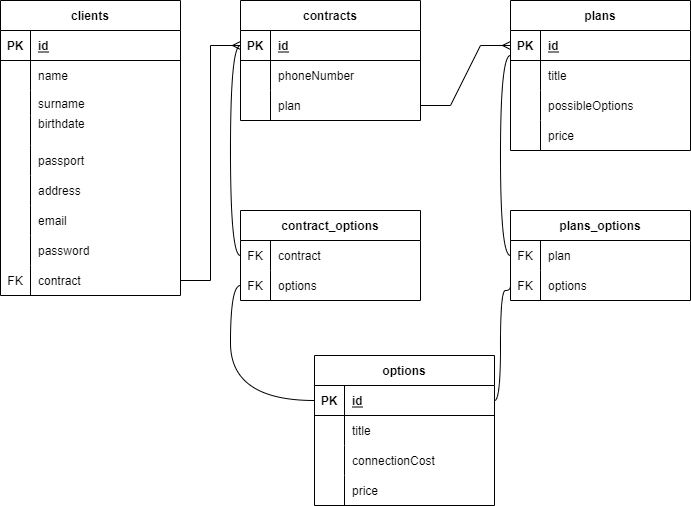
Before: Database.png, a diagram exported from draw.io (GaynelleFlores/JavaSchool-eCare). Source tidied: cells renumbered, new cells last; positions are measured from the earlier drawing's top-left corner, leaving out a move shared by most shapes.
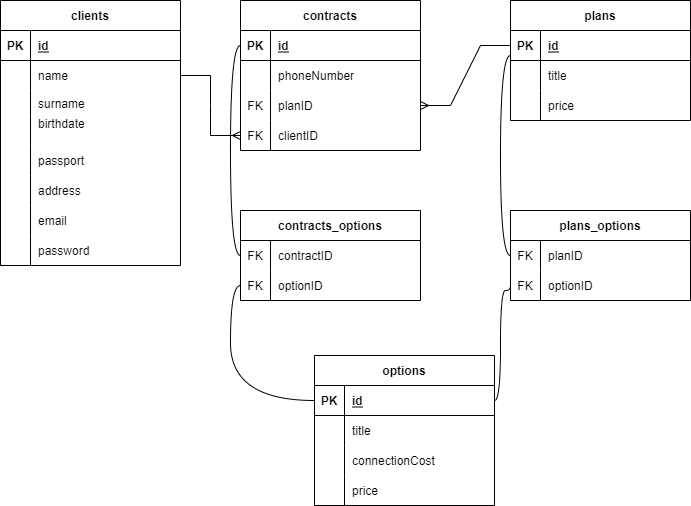
After the commit.

What changed in the source:
```diff
@@ -3,7 +3,7 @@
     <mxCell id="0" />
     <mxCell id="1" parent="0" />
     <mxCell id="2" value="clients" style="shape=table;startSize=30;rowLines=0;fontStyle=1;align=center;" parent="1" vertex="1">
-      <mxGeometry width="180" height="295" as="geometry" />
+      <mxGeometry width="180" height="265" as="geometry" />
     </mxCell>
     <mxCell id="3" style="shape=tableRow;horizontal=0;startSize=0;swimlaneHead=0;swimlaneBody=0;fillColor=none;top=0;left=0;right=0;bottom=1;" parent="2" vertex="1">
       <mxGeometry y="30" width="180" height="30" as="geometry" />
@@ -77,21 +77,6 @@
     <mxCell id="26" value="password" style="shape=partialRectangle;fillColor=none;top=0;left=0;bottom=0;right=0;align=left;spacingLeft=6;overflow=hidden;" parent="24" vertex="1">
       <mxGeometry x="30" width="150" height="30" as="geometry" />
     </mxCell>
-    <mxCell id="27" style="shape=tableRow;horizontal=0;startSize=0;swimlaneHead=0;swimlaneBody=0;fillColor=none;points=[[0,0.5],[1,0.5]];portConstraint=eastwest;top=0;left=0;right=0;bottom=0;" parent="2" vertex="1">
-      <mxGeometry y="265" width="180" height="30" as="geometry" />
-    </mxCell>
-    <mxCell id="28" value="FK" style="shape=partialRectangle;fillColor=none;top=0;left=0;bottom=0;right=0;overflow=hidden;" parent="27" vertex="1">
-      <mxGeometry width="30" height="30" as="geometry" />
-    </mxCell>
-    <mxCell id="29" value="contract" style="shape=partialRectangle;fillColor=none;top=0;left=0;bottom=0;right=0;align=left;spacingLeft=6;overflow=hidden;" parent="27" vertex="1">
-      <mxGeometry x="30" width="150" height="30" as="geometry" />
-    </mxCell>
-    <mxCell id="30" style="shape=tableRow;horizontal=0;startSize=0;swimlaneHead=0;swimlaneBody=0;fillColor=none;top=0;left=0;right=0;bottom=0;" parent="1" vertex="1">
-      <mxGeometry x="300" y="135" width="180" height="30" as="geometry" />
-    </mxCell>
-    <mxCell id="31" style="shape=partialRectangle;fillColor=none;top=0;left=0;bottom=0;right=0;overflow=hidden;" parent="30" vertex="1">
-      <mxGeometry width="30" height="30" as="geometry" />
-    </mxCell>
     <mxCell id="32" style="shape=tableRow;horizontal=0;startSize=0;swimlaneHead=0;swimlaneBody=0;fillColor=none;top=0;left=0;right=0;bottom=0;" parent="1" vertex="1">
       <mxGeometry x="300" y="165" width="180" height="30" as="geometry" />
     </mxCell>
@@ -99,7 +84,7 @@
       <mxGeometry x="240" y="165" width="30" height="30" as="geometry" />
     </mxCell>
     <mxCell id="34" value="contracts" style="shape=table;startSize=30;rowLines=0;fontStyle=1;align=center;" parent="1" vertex="1">
-      <mxGeometry x="240" width="180" height="120" as="geometry" />
+      <mxGeometry x="240" width="180" height="150" as="geometry" />
     </mxCell>
     <mxCell id="35" style="shape=tableRow;horizontal=0;startSize=0;swimlaneHead=0;swimlaneBody=0;fillColor=none;points=[[0,0.5],[1,0.5]];portConstraint=eastwest;top=0;left=0;right=0;bottom=1;" parent="34" vertex="1">
       <mxGeometry y="30" width="180" height="30" as="geometry" />
@@ -122,14 +107,23 @@
     <mxCell id="41" style="shape=tableRow;horizontal=0;startSize=0;swimlaneHead=0;swimlaneBody=0;fillColor=none;points=[[0,0.5],[1,0.5]];portConstraint=eastwest;top=0;left=0;right=0;bottom=0;" parent="34" vertex="1">
       <mxGeometry y="90" width="180" height="30" as="geometry" />
     </mxCell>
-    <mxCell id="42" style="shape=partialRectangle;fillColor=none;top=0;left=0;bottom=0;right=0;overflow=hidden;" parent="41" vertex="1">
+    <mxCell id="42" value="FK" style="shape=partialRectangle;fillColor=none;top=0;left=0;bottom=0;right=0;overflow=hidden;" parent="41" vertex="1">
       <mxGeometry width="30" height="30" as="geometry" />
     </mxCell>
-    <mxCell id="43" value="plan" style="shape=partialRectangle;fillColor=none;top=0;left=0;bottom=0;right=0;align=left;spacingLeft=6;overflow=hidden;" parent="41" vertex="1">
+    <mxCell id="43" value="planID" style="shape=partialRectangle;fillColor=none;top=0;left=0;bottom=0;right=0;align=left;spacingLeft=6;overflow=hidden;" parent="41" vertex="1">
       <mxGeometry x="30" width="150" height="30" as="geometry" />
     </mxCell>
+    <mxCell id="90" style="shape=tableRow;horizontal=0;startSize=0;swimlaneHead=0;swimlaneBody=0;fillColor=none;top=0;left=0;right=0;bottom=0;" parent="34" vertex="1">
+      <mxGeometry y="120" width="180" height="30" as="geometry" />
+    </mxCell>
+    <mxCell id="28" value="FK" style="shape=partialRectangle;fillColor=none;top=0;left=0;bottom=0;right=0;overflow=hidden;" parent="90" vertex="1">
+      <mxGeometry width="30" height="30" as="geometry" />
+    </mxCell>
+    <mxCell id="91" value="clientID" style="shape=partialRectangle;fillColor=none;top=0;left=0;bottom=0;right=0;align=left;spacingLeft=6;overflow=hidden;" parent="90" vertex="1">
+      <mxGeometry x="30" width="150" height="30" as="geometry" />
+    </mxCell>
     <mxCell id="44" value="plans" style="shape=table;startSize=30;rowLines=0;fontStyle=1;align=center;" parent="1" vertex="1">
-      <mxGeometry x="510" width="180" height="150" as="geometry" />
+      <mxGeometry x="510" width="180" height="120" as="geometry" />
     </mxCell>
     <mxCell id="45" style="shape=tableRow;horizontal=0;startSize=0;swimlaneHead=0;swimlaneBody=0;fillColor=none;points=[[0,0.5],[1,0.5]];portConstraint=eastwest;top=0;left=0;right=0;bottom=1;" parent="44" vertex="1">
       <mxGeometry y="30" width="180" height="30" as="geometry" />
@@ -149,17 +143,8 @@
     <mxCell id="50" value="title" style="shape=partialRectangle;fillColor=none;top=0;left=0;bottom=0;right=0;align=left;spacingLeft=6;overflow=hidden;" parent="48" vertex="1">
       <mxGeometry x="30" width="150" height="30" as="geometry" />
     </mxCell>
-    <mxCell id="51" style="shape=tableRow;horizontal=0;startSize=0;swimlaneHead=0;swimlaneBody=0;fillColor=none;top=0;left=0;right=0;bottom=0;" parent="44" vertex="1">
-      <mxGeometry y="90" width="180" height="30" as="geometry" />
-    </mxCell>
-    <mxCell id="52" style="shape=partialRectangle;fillColor=none;top=0;left=0;bottom=0;right=0;overflow=hidden;" parent="51" vertex="1">
-      <mxGeometry width="30" height="30" as="geometry" />
-    </mxCell>
-    <mxCell id="53" value="possibleOptions" style="shape=partialRectangle;fillColor=none;top=0;left=0;bottom=0;right=0;align=left;spacingLeft=6;overflow=hidden;" parent="51" vertex="1">
-      <mxGeometry x="30" width="150" height="30" as="geometry" />
-    </mxCell>
     <mxCell id="54" style="shape=tableRow;horizontal=0;startSize=0;swimlaneHead=0;swimlaneBody=0;fillColor=none;top=0;left=0;right=0;bottom=0;" parent="44" vertex="1">
-      <mxGeometry y="120" width="180" height="30" as="geometry" />
+      <mxGeometry y="90" width="180" height="30" as="geometry" />
     </mxCell>
     <mxCell id="55" style="shape=partialRectangle;fillColor=none;top=0;left=0;bottom=0;right=0;overflow=hidden;" parent="54" vertex="1">
       <mxGeometry width="30" height="30" as="geometry" />
@@ -206,10 +191,12 @@
     <mxCell id="69" value="price" style="shape=partialRectangle;fillColor=none;top=0;left=0;bottom=0;right=0;align=left;spacingLeft=6;overflow=hidden;" parent="67" vertex="1">
       <mxGeometry x="30" width="150" height="30" as="geometry" />
     </mxCell>
-    <mxCell id="70" style="edgeStyle=entityRelationEdgeStyle;fontSize=12;html=1;endArrow=ERmany;rounded=0;endFill=0;entryX=0;entryY=0.5;entryDx=0;entryDy=0;exitX=1;exitY=0.5;exitDx=0;exitDy=0;" parent="1" edge="1" source="27" target="35">
-      <mxGeometry relative="1" as="geometry" />
+    <mxCell id="70" style="edgeStyle=entityRelationEdgeStyle;fontSize=12;html=1;endArrow=ERmany;rounded=0;endFill=0;exitX=1;exitY=0.5;exitDx=0;exitDy=0;" parent="1" edge="1" source="6">
+      <mxGeometry relative="1" as="geometry">
+        <mxPoint x="240" y="135" as="targetPoint" />
+      </mxGeometry>
     </mxCell>
-    <mxCell id="71" style="edgeStyle=entityRelationEdgeStyle;fontSize=12;html=1;endArrow=ERmany;rounded=0;entryX=0;entryY=0.5;entryDx=0;entryDy=0;exitX=1;exitY=0.5;exitDx=0;exitDy=0;endFill=0;startArrow=none;startFill=0;" parent="1" edge="1" source="41" target="45">
+    <mxCell id="71" style="edgeStyle=entityRelationEdgeStyle;fontSize=12;html=1;endArrow=none;rounded=0;entryX=0;entryY=0.5;entryDx=0;entryDy=0;exitX=1;exitY=0.5;exitDx=0;exitDy=0;endFill=0;startArrow=ERmany;startFill=0;" parent="1" edge="1" source="41" target="45">
       <mxGeometry relative="1" as="geometry" />
     </mxCell>
     <mxCell id="72" value="plans_options" style="shape=table;startSize=30;rowLines=0;fontStyle=1;align=center;" parent="1" vertex="1">
@@ -221,7 +208,7 @@
     <mxCell id="74" value="FK" style="shape=partialRectangle;fillColor=none;top=0;left=0;bottom=0;right=0;overflow=hidden;" parent="73" vertex="1">
       <mxGeometry width="30" height="30" as="geometry" />
     </mxCell>
-    <mxCell id="75" value="plan" style="shape=partialRectangle;fillColor=none;top=0;left=0;bottom=0;right=0;align=left;spacingLeft=6;overflow=hidden;" parent="73" vertex="1">
+    <mxCell id="75" value="planID" style="shape=partialRectangle;fillColor=none;top=0;left=0;bottom=0;right=0;align=left;spacingLeft=6;overflow=hidden;" parent="73" vertex="1">
       <mxGeometry x="30" width="150" height="30" as="geometry" />
     </mxCell>
     <mxCell id="76" style="shape=tableRow;horizontal=0;startSize=0;swimlaneHead=0;swimlaneBody=0;fillColor=none;points=[[0,0.5],[1,0.5]];portConstraint=eastwest;top=0;left=0;right=0;bottom=0;" parent="72" vertex="1">
@@ -230,7 +217,7 @@
     <mxCell id="77" value="FK" style="shape=partialRectangle;fillColor=none;top=0;left=0;bottom=0;right=0;overflow=hidden;" parent="76" vertex="1">
       <mxGeometry width="30" height="30" as="geometry" />
     </mxCell>
-    <mxCell id="78" value="options" style="shape=partialRectangle;fillColor=none;top=0;left=0;bottom=0;right=0;align=left;spacingLeft=6;overflow=hidden;" parent="76" vertex="1">
+    <mxCell id="78" value="optionID" style="shape=partialRectangle;fillColor=none;top=0;left=0;bottom=0;right=0;align=left;spacingLeft=6;overflow=hidden;" parent="76" vertex="1">
       <mxGeometry x="30" width="150" height="30" as="geometry" />
     </mxCell>
     <mxCell id="79" style="edgeStyle=orthogonalEdgeStyle;fontSize=12;html=1;endArrow=none;endFill=0;rounded=0;curved=1;entryX=0;entryY=0.5;entryDx=0;entryDy=0;exitX=1;exitY=0.5;exitDx=0;exitDy=0;" parent="1" edge="1" source="58" target="76">
@@ -244,7 +231,7 @@
     <mxCell id="80" style="edgeStyle=orthogonalEdgeStyle;fontSize=12;html=1;endArrow=none;rounded=0;exitX=0;exitY=0.833;exitDx=0;exitDy=0;exitPerimeter=0;endFill=0;entryX=0;entryY=0.5;entryDx=0;entryDy=0;curved=1;" parent="1" edge="1" source="45" target="73">
       <mxGeometry relative="1" as="geometry" />
     </mxCell>
-    <mxCell id="81" value="contract_options" style="shape=table;startSize=30;rowLines=0;fontStyle=1;align=center;" parent="1" vertex="1">
+    <mxCell id="81" value="contracts_options" style="shape=table;startSize=30;rowLines=0;fontStyle=1;align=center;" parent="1" vertex="1">
       <mxGeometry x="240" y="210" width="180" height="90" as="geometry" />
     </mxCell>
     <mxCell id="82" style="shape=tableRow;horizontal=0;startSize=0;swimlaneHead=0;swimlaneBody=0;fillColor=none;points=[[0,0.5],[1,0.5]];portConstraint=eastwest;top=0;left=0;right=0;bottom=0;" parent="81" vertex="1">
@@ -253,7 +240,7 @@
     <mxCell id="83" value="FK" style="shape=partialRectangle;fillColor=none;top=0;left=0;bottom=0;right=0;overflow=hidden;" parent="82" vertex="1">
       <mxGeometry width="30" height="30" as="geometry" />
     </mxCell>
-    <mxCell id="84" value="contract" style="shape=partialRectangle;fillColor=none;top=0;left=0;bottom=0;right=0;align=left;spacingLeft=6;overflow=hidden;" parent="82" vertex="1">
+    <mxCell id="84" value="contractID" style="shape=partialRectangle;fillColor=none;top=0;left=0;bottom=0;right=0;align=left;spacingLeft=6;overflow=hidden;" parent="82" vertex="1">
       <mxGeometry x="30" width="150" height="30" as="geometry" />
     </mxCell>
     <mxCell id="85" style="shape=tableRow;horizontal=0;startSize=0;swimlaneHead=0;swimlaneBody=0;fillColor=none;points=[[0,0.5],[1,0.5]];portConstraint=eastwest;top=0;left=0;right=0;bottom=0;" parent="81" vertex="1">
@@ -262,7 +249,7 @@
     <mxCell id="86" value="FK" style="shape=partialRectangle;fillColor=none;top=0;left=0;bottom=0;right=0;overflow=hidden;" parent="85" vertex="1">
       <mxGeometry width="30" height="30" as="geometry" />
     </mxCell>
-    <mxCell id="87" value="options" style="shape=partialRectangle;fillColor=none;top=0;left=0;bottom=0;right=0;align=left;spacingLeft=6;overflow=hidden;" parent="85" vertex="1">
+    <mxCell id="87" value="optionID" style="shape=partialRectangle;fillColor=none;top=0;left=0;bottom=0;right=0;align=left;spacingLeft=6;overflow=hidden;" parent="85" vertex="1">
       <mxGeometry x="30" width="150" height="30" as="geometry" />
     </mxCell>
     <mxCell id="88" style="fontSize=12;html=1;endArrow=none;endFill=0;rounded=0;entryX=0;entryY=0.5;entryDx=0;entryDy=0;exitX=0;exitY=0.5;exitDx=0;exitDy=0;edgeStyle=orthogonalEdgeStyle;curved=1;" parent="1" edge="1" source="58" target="85">
```
